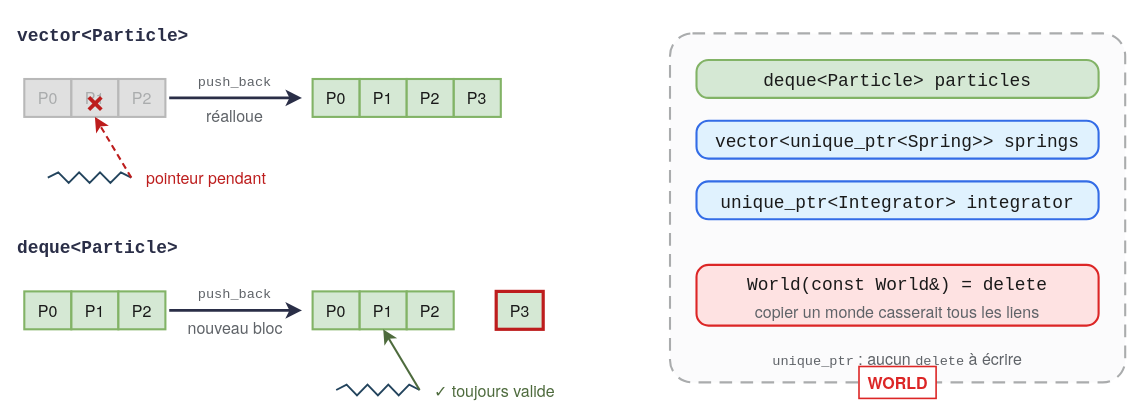
Earlier version of the draw.io diagram assets/presentation/schemas/world.drawio (Audr1c/POOProject). Source tidied: cells renumbered, new cells numbered last; positions are measured from the earlier drawing's top-left corner, leaving out a move shared by most shapes. Both pictures are drawn from the tidied source at 100%, with x=0, y=0 at pixel (17, 17).
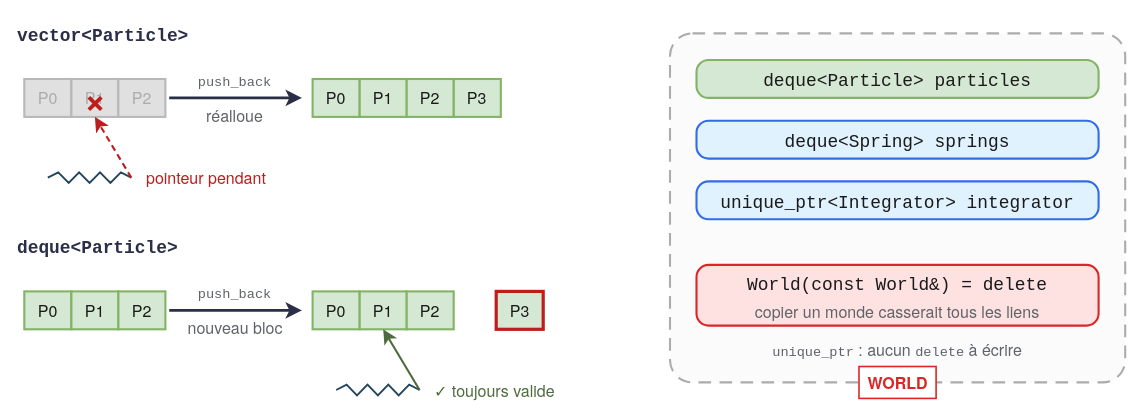
Above is the later version.

What changed in the source:
```diff
@@
-    <mxCell id="34" value="&lt;span style=&quot;font-family:Fira Mono,Consolas,monospace;font-size:85%&quot;&gt;vector&amp;lt;unique_ptr&amp;lt;Spring&amp;gt;&amp;gt; springs&lt;/span&gt;" style="rounded=1;absoluteArcSize=1;arcSize=24;whiteSpace=wrap;html=1;fillColor=#E0F2FE;strokeColor=#336CE6;strokeWidth=2.1;fontFamily=TeX Gyre Heros,Helvetica,Arial;fontSize=21;fontColor=#1A1A1A;align=center;verticalAlign=middle;spacingLeft=6;spacingRight=6;" parent="1" vertex="1">
+    <mxCell id="34" value="&lt;span style=&quot;font-family:Fira Mono,Consolas,monospace;font-size:85%&quot;&gt;deque&amp;lt;Spring&amp;gt; springs&lt;/span&gt;" style="rounded=1;absoluteArcSize=1;arcSize=24;whiteSpace=wrap;html=1;fillColor=#E0F2FE;strokeColor=#336CE6;strokeWidth=2.1;fontFamily=TeX Gyre Heros,Helvetica,Arial;fontSize=21;fontColor=#1A1A1A;align=center;verticalAlign=middle;spacingLeft=6;spacingRight=6;" parent="1" vertex="1">
       <mxGeometry x="679" y="103.2" width="402.1" height="37.9" as="geometry" />
     </mxCell>
@@
     <mxCell id="37" value="&lt;span style=&quot;font-family:Fira Mono,Consolas,monospace;font-size:85%&quot;&gt;unique_ptr&lt;/span&gt; : aucun &lt;span style=&quot;font-family:Fira Mono,Consolas,monospace;font-size:85%&quot;&gt;delete&lt;/span&gt; à écrire" style="text;html=1;whiteSpace=wrap;align=center;verticalAlign=middle;fontFamily=TeX Gyre Heros,Helvetica,Arial;fontSize=16;fontColor=#5F6368;spacing=0;" parent="1" vertex="1">
-      <mxGeometry x="744.3" y="329.2" width="271.5" height="26.1" as="geometry" />
+      <mxGeometry x="744.3" y="319.9" width="271.5" height="26.1" as="geometry" />
     </mxCell>
```
